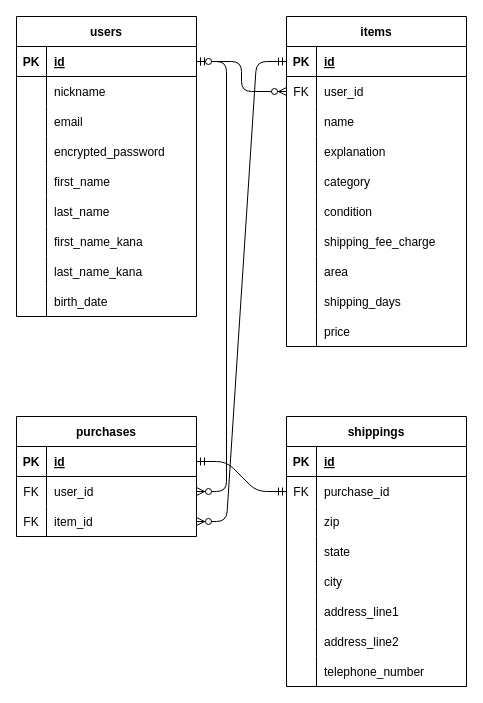
Above: er.dio in keisuke10009/furima-41646 (draw.io), before the change. Source tidied: cells renumbered, new cells numbered last; positions are measured from the earlier drawing's top-left corner, leaving out a move shared by most shapes. Both pictures are drawn from the tidied source at 100%, with x=0, y=0 at pixel (16, 16).
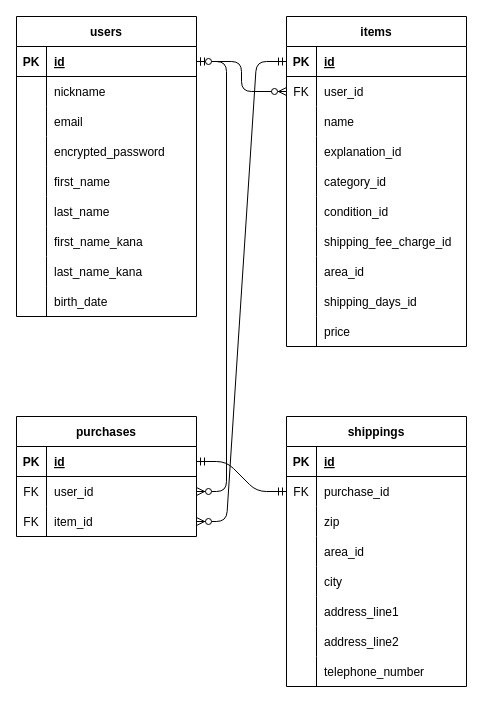
The same diagram, later.

Commit message (it also covers changes not shown here):
データベース設計修正

The change refers to these unchanged cells:
```xml
<mxCell id="50" style="shape=tableRow;horizontal=0;startSize=0;swimlaneHead=0;swimlaneBody=0;top=0;left=0;right=0;bottom=0;fillColor=none;strokeColor=#000000;fontColor=#000000;" parent="40" vertex="1">
  <mxGeometry y="120" width="180" height="30" as="geometry" />
</mxCell>
<mxCell id="53" style="shape=tableRow;horizontal=0;startSize=0;swimlaneHead=0;swimlaneBody=0;top=0;left=0;right=0;bottom=0;fillColor=none;strokeColor=#000000;fontColor=#000000;" parent="40" vertex="1">
  <mxGeometry y="150" width="180" height="30" as="geometry" />
</mxCell>
<mxCell id="56" style="shape=tableRow;horizontal=0;startSize=0;swimlaneHead=0;swimlaneBody=0;top=0;left=0;right=0;bottom=0;fillColor=none;strokeColor=#000000;fontColor=#000000;" parent="40" vertex="1">
  <mxGeometry y="180" width="180" height="30" as="geometry" />
</mxCell>
<mxCell id="59" style="shape=tableRow;horizontal=0;startSize=0;swimlaneHead=0;swimlaneBody=0;top=0;left=0;right=0;bottom=0;fillColor=none;strokeColor=#000000;fontColor=#000000;" parent="40" vertex="1">
  <mxGeometry y="210" width="180" height="30" as="geometry" />
</mxCell>
<mxCell id="62" style="shape=tableRow;horizontal=0;startSize=0;swimlaneHead=0;swimlaneBody=0;top=0;left=0;right=0;bottom=0;fillColor=none;strokeColor=#000000;fontColor=#000000;" parent="40" vertex="1">
  <mxGeometry y="240" width="180" height="30" as="geometry" />
</mxCell>
<mxCell id="65" style="shape=tableRow;horizontal=0;startSize=0;swimlaneHead=0;swimlaneBody=0;top=0;left=0;right=0;bottom=0;fillColor=none;strokeColor=#000000;fontColor=#000000;" parent="40" vertex="1">
  <mxGeometry y="270" width="180" height="30" as="geometry" />
</mxCell>
<mxCell id="81" style="shape=tableRow;horizontal=0;startSize=0;swimlaneHead=0;swimlaneBody=0;top=0;left=0;right=0;bottom=0;fillColor=none;strokeColor=#000000;fontColor=#000000;" parent="71" vertex="1">
  <mxGeometry y="120" width="180" height="30" as="geometry" />
</mxCell>
```

What changed in the source:
```diff
@@
-    <mxCell id="52" value="explanation" style="shape=partialRectangle;top=0;left=0;bottom=0;right=0;align=left;spacingLeft=6;overflow=hidden;fillColor=none;strokeColor=#000000;fontColor=#000000;" parent="50" vertex="1">
+    <mxCell id="52" value="explanation_id" style="shape=partialRectangle;top=0;left=0;bottom=0;right=0;align=left;spacingLeft=6;overflow=hidden;fillColor=none;strokeColor=#000000;fontColor=#000000;" parent="50" vertex="1">
       <mxGeometry x="30" width="150" height="30" as="geometry" />
     </mxCell>
@@
-    <mxCell id="55" value="category" style="shape=partialRectangle;top=0;left=0;bottom=0;right=0;align=left;spacingLeft=6;overflow=hidden;fillColor=none;strokeColor=#000000;fontColor=#000000;" parent="53" vertex="1">
+    <mxCell id="55" value="category_id" style="shape=partialRectangle;top=0;left=0;bottom=0;right=0;align=left;spacingLeft=6;overflow=hidden;fillColor=none;strokeColor=#000000;fontColor=#000000;" parent="53" vertex="1">
       <mxGeometry x="30" width="150" height="30" as="geometry" />
     </mxCell>
@@
-    <mxCell id="58" value="condition" style="shape=partialRectangle;top=0;left=0;bottom=0;right=0;align=left;spacingLeft=6;overflow=hidden;fillColor=none;strokeColor=#000000;fontColor=#000000;" parent="56" vertex="1">
+    <mxCell id="58" value="condition_id" style="shape=partialRectangle;top=0;left=0;bottom=0;right=0;align=left;spacingLeft=6;overflow=hidden;fillColor=none;strokeColor=#000000;fontColor=#000000;" parent="56" vertex="1">
       <mxGeometry x="30" width="150" height="30" as="geometry" />
     </mxCell>
@@
-    <mxCell id="61" value="shipping_fee_charge" style="shape=partialRectangle;top=0;left=0;bottom=0;right=0;align=left;spacingLeft=6;overflow=hidden;fillColor=none;strokeColor=#000000;fontColor=#000000;" parent="59" vertex="1">
+    <mxCell id="61" value="shipping_fee_charge_id" style="shape=partialRectangle;top=0;left=0;bottom=0;right=0;align=left;spacingLeft=6;overflow=hidden;fillColor=none;strokeColor=#000000;fontColor=#000000;" parent="59" vertex="1">
       <mxGeometry x="30" width="150" height="30" as="geometry" />
     </mxCell>
@@
-    <mxCell id="64" value="area" style="shape=partialRectangle;top=0;left=0;bottom=0;right=0;align=left;spacingLeft=6;overflow=hidden;fillColor=none;strokeColor=#000000;fontColor=#000000;" parent="62" vertex="1">
+    <mxCell id="64" value="area_id" style="shape=partialRectangle;top=0;left=0;bottom=0;right=0;align=left;spacingLeft=6;overflow=hidden;fillColor=none;strokeColor=#000000;fontColor=#000000;" parent="62" vertex="1">
       <mxGeometry x="30" width="150" height="30" as="geometry" />
     </mxCell>
@@
-    <mxCell id="67" value="shipping_days" style="shape=partialRectangle;top=0;left=0;bottom=0;right=0;align=left;spacingLeft=6;overflow=hidden;fillColor=none;strokeColor=#000000;fontColor=#000000;" parent="65" vertex="1">
+    <mxCell id="67" value="shipping_days_id" style="shape=partialRectangle;top=0;left=0;bottom=0;right=0;align=left;spacingLeft=6;overflow=hidden;fillColor=none;strokeColor=#000000;fontColor=#000000;" parent="65" vertex="1">
       <mxGeometry x="30" width="150" height="30" as="geometry" />
     </mxCell>
@@
-    <mxCell id="83" value="state" style="shape=partialRectangle;top=0;left=0;bottom=0;right=0;align=left;spacingLeft=6;overflow=hidden;fillColor=none;strokeColor=#000000;fontColor=#000000;" parent="81" vertex="1">
+    <mxCell id="83" value="area_id" style="shape=partialRectangle;top=0;left=0;bottom=0;right=0;align=left;spacingLeft=6;overflow=hidden;fillColor=none;strokeColor=#000000;fontColor=#000000;" parent="81" vertex="1">
       <mxGeometry x="30" width="150" height="30" as="geometry" />
     </mxCell>
```
